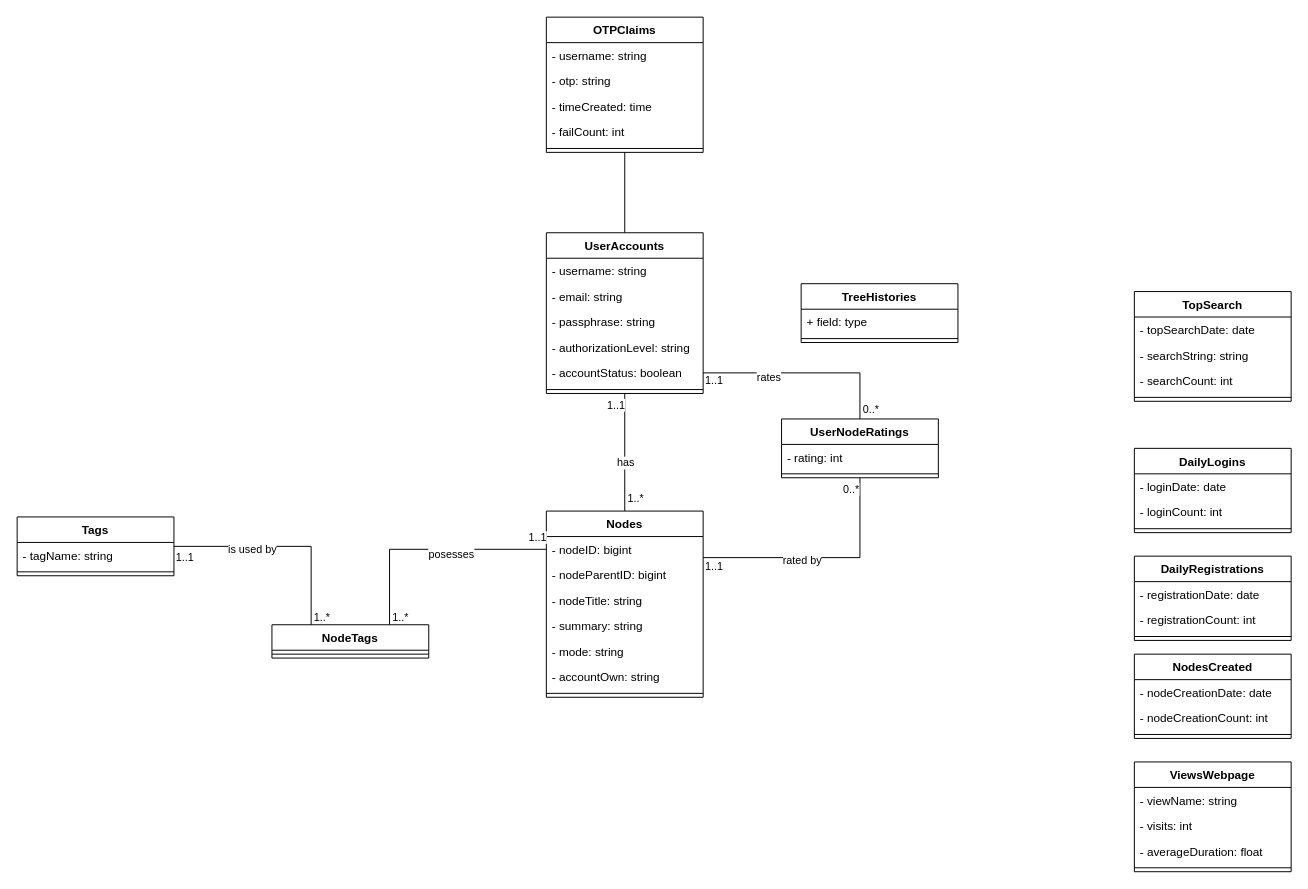
Earlier version of the draw.io diagram page "Application Schema" (1 of 2) of Tresearch UML.drawio (matttchen117/Tresearch). Source tidied: cells renumbered, new cells numbered last; positions are measured from the earlier drawing's top-left corner, leaving out a move shared by most shapes. Both pictures are drawn from the tidied source at 98%, with x=0, y=0 at pixel (17, 17).
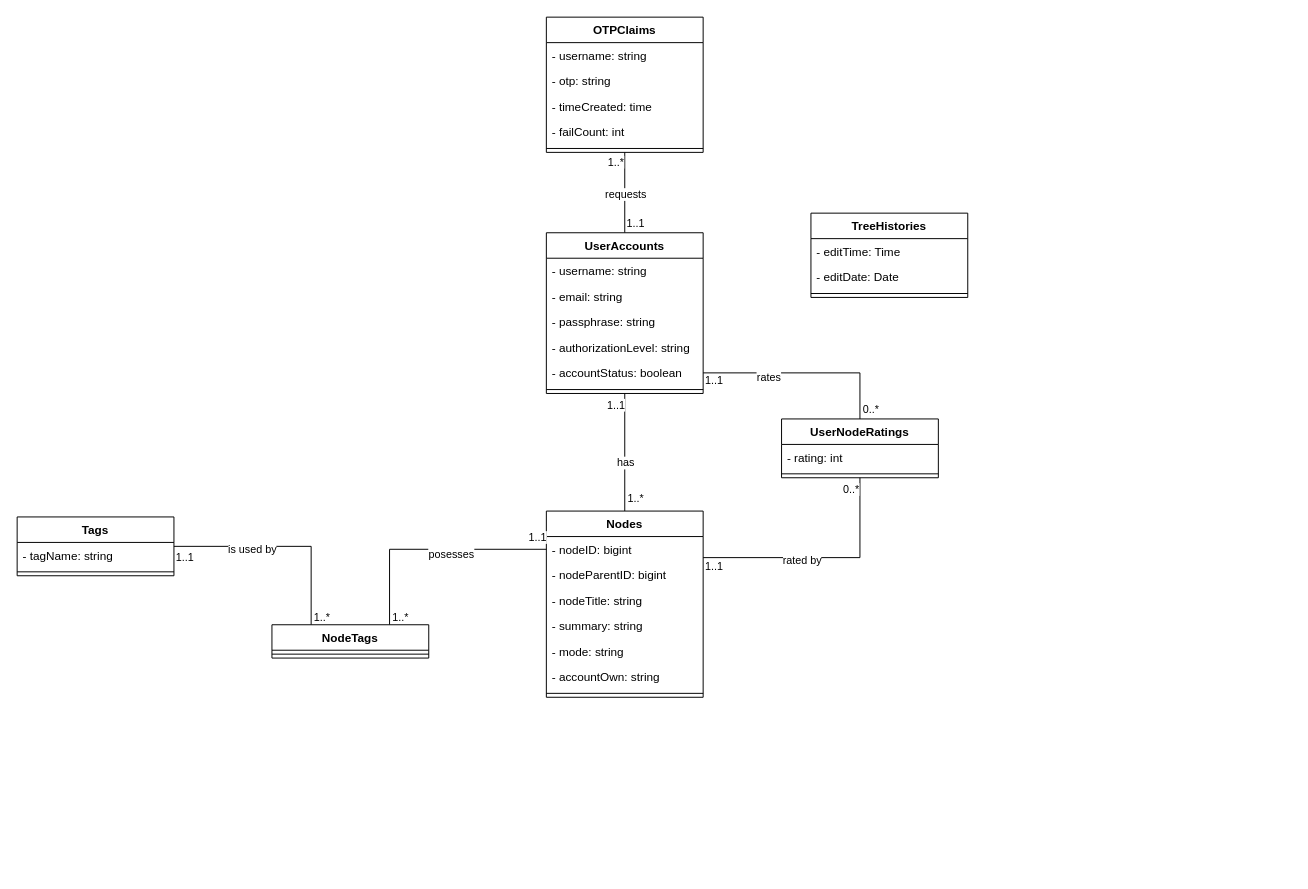
After the change.

Commit message (it also covers changes not shown here):
Adjusted the sql and uml

Unchanged cells that the change refers to:
```xml
<mxCell id="2" style="edgeStyle=orthogonalEdgeStyle;rounded=0;jettySize=auto;html=1;exitX=0.5;exitY=1;exitDx=0;exitDy=0;entryX=0.5;entryY=0;entryDx=0;entryDy=0;endArrow=none;endFill=0;" parent="1" edge="1" source="3" target="13">
  <mxGeometry relative="1" as="geometry" />
</mxCell>
```

Diff of the diagram source:
```diff
@@
+    <mxCell id="77" value="1..1" style="edgeLabel;html=1;align=center;verticalAlign=middle;" parent="2" vertex="1">
+      <mxGeometry x="0.67" y="-2" relative="1" as="geometry">
+        <mxPoint x="12" y="4" as="offset" />
+      </mxGeometry>
+    </mxCell>
+    <mxCell id="78" value="requests" style="edgeLabel;html=1;align=center;verticalAlign=middle;" parent="2" vertex="1">
+      <mxGeometry x="0.27" y="-2" relative="1" as="geometry">
+        <mxPoint x="2" y="-10" as="offset" />
+      </mxGeometry>
+    </mxCell>
+    <mxCell id="79" value="1..*" style="edgeLabel;html=1;align=center;verticalAlign=middle;" parent="2" vertex="1">
+      <mxGeometry x="-0.78" y="1" relative="1" as="geometry">
+        <mxPoint x="-11" as="offset" />
+      </mxGeometry>
+    </mxCell>
@@
-    <mxCell id="20" value="DailyRegistrations" style="swimlane;fontStyle=1;align=center;verticalAlign=top;horizontal=1;startSize=26;" parent="1" vertex="1">
-      <mxGeometry x="1140" y="550" width="160" height="86" as="geometry" />
-    </mxCell>
-    <mxCell id="21" value="- registrationDate: date" style="text;strokeColor=none;fillColor=none;align=left;verticalAlign=top;spacingLeft=4;spacingRight=4;overflow=hidden;" parent="20" vertex="1">
-      <mxGeometry y="26" width="160" height="26" as="geometry" />
-    </mxCell>
-    <mxCell id="22" value="- registrationCount: int" style="text;strokeColor=none;fillColor=none;align=left;verticalAlign=top;spacingLeft=4;spacingRight=4;overflow=hidden;" parent="20" vertex="1">
-      <mxGeometry y="52" width="160" height="26" as="geometry" />
-    </mxCell>
-    <mxCell id="23" style="line;strokeWidth=1;fillColor=none;align=left;verticalAlign=middle;spacingTop=-1;spacingLeft=3;spacingRight=3;labelPosition=right;" parent="20" vertex="1">
-      <mxGeometry y="78" width="160" height="8" as="geometry" />
-    </mxCell>
-    <mxCell id="24" value="ViewsWebpage" style="swimlane;fontStyle=1;align=center;verticalAlign=top;horizontal=1;startSize=26;" parent="1" vertex="1">
-      <mxGeometry x="1140" y="760" width="160" height="112" as="geometry" />
-    </mxCell>
-    <mxCell id="25" value="- viewName: string" style="text;strokeColor=none;fillColor=none;align=left;verticalAlign=top;spacingLeft=4;spacingRight=4;overflow=hidden;" parent="24" vertex="1">
-      <mxGeometry y="26" width="160" height="26" as="geometry" />
-    </mxCell>
-    <mxCell id="26" value="- visits: int" style="text;strokeColor=none;fillColor=none;align=left;verticalAlign=top;spacingLeft=4;spacingRight=4;overflow=hidden;" parent="24" vertex="1">
-      <mxGeometry y="52" width="160" height="26" as="geometry" />
-    </mxCell>
-    <mxCell id="27" value="- averageDuration: float" style="text;strokeColor=none;fillColor=none;align=left;verticalAlign=top;spacingLeft=4;spacingRight=4;overflow=hidden;" parent="24" vertex="1">
-      <mxGeometry y="78" width="160" height="26" as="geometry" />
-    </mxCell>
-    <mxCell id="28" style="line;strokeWidth=1;fillColor=none;align=left;verticalAlign=middle;spacingTop=-1;spacingLeft=3;spacingRight=3;labelPosition=right;" parent="24" vertex="1">
-      <mxGeometry y="104" width="160" height="8" as="geometry" />
-    </mxCell>
-    <mxCell id="29" value="TreeHistories" style="swimlane;fontStyle=1;align=center;verticalAlign=top;horizontal=1;startSize=26;" parent="1" vertex="1">
-      <mxGeometry x="800" y="272" width="160" height="60" as="geometry" />
-    </mxCell>
-    <mxCell id="30" value="+ field: type" style="text;strokeColor=none;fillColor=none;align=left;verticalAlign=top;spacingLeft=4;spacingRight=4;overflow=hidden;" parent="29" vertex="1">
-      <mxGeometry y="26" width="160" height="26" as="geometry" />
-    </mxCell>
-    <mxCell id="31" style="line;strokeWidth=1;fillColor=none;align=left;verticalAlign=middle;spacingTop=-1;spacingLeft=3;spacingRight=3;labelPosition=right;" parent="29" vertex="1">
-      <mxGeometry y="52" width="160" height="8" as="geometry" />
-    </mxCell>
@@
-    <mxCell id="51" value="DailyLogins" style="swimlane;fontStyle=1;align=center;verticalAlign=top;horizontal=1;startSize=26;" parent="1" vertex="1">
-      <mxGeometry x="1140" y="440" width="160" height="86" as="geometry" />
-    </mxCell>
-    <mxCell id="52" value="- loginDate: date" style="text;strokeColor=none;fillColor=none;align=left;verticalAlign=top;spacingLeft=4;spacingRight=4;overflow=hidden;" parent="51" vertex="1">
-      <mxGeometry y="26" width="160" height="26" as="geometry" />
-    </mxCell>
-    <mxCell id="53" value="- loginCount: int" style="text;strokeColor=none;fillColor=none;align=left;verticalAlign=top;spacingLeft=4;spacingRight=4;overflow=hidden;" parent="51" vertex="1">
-      <mxGeometry y="52" width="160" height="26" as="geometry" />
-    </mxCell>
-    <mxCell id="54" style="line;strokeWidth=1;fillColor=none;align=left;verticalAlign=middle;spacingTop=-1;spacingLeft=3;spacingRight=3;labelPosition=right;" parent="51" vertex="1">
-      <mxGeometry y="78" width="160" height="8" as="geometry" />
-    </mxCell>
-    <mxCell id="55" value="TopSearch" style="swimlane;fontStyle=1;align=center;verticalAlign=top;horizontal=1;startSize=26;" parent="1" vertex="1">
-      <mxGeometry x="1140" y="280" width="160" height="112" as="geometry" />
-    </mxCell>
-    <mxCell id="56" value="- topSearchDate: date" style="text;strokeColor=none;fillColor=none;align=left;verticalAlign=top;spacingLeft=4;spacingRight=4;overflow=hidden;" parent="55" vertex="1">
-      <mxGeometry y="26" width="160" height="26" as="geometry" />
-    </mxCell>
-    <mxCell id="57" value="- searchString: string" style="text;strokeColor=none;fillColor=none;align=left;verticalAlign=top;spacingLeft=4;spacingRight=4;overflow=hidden;" parent="55" vertex="1">
-      <mxGeometry y="52" width="160" height="26" as="geometry" />
-    </mxCell>
-    <mxCell id="58" value="- searchCount: int" style="text;strokeColor=none;fillColor=none;align=left;verticalAlign=top;spacingLeft=4;spacingRight=4;overflow=hidden;" parent="55" vertex="1">
-      <mxGeometry y="78" width="160" height="26" as="geometry" />
-    </mxCell>
-    <mxCell id="59" style="line;strokeWidth=1;fillColor=none;align=left;verticalAlign=middle;spacingTop=-1;spacingLeft=3;spacingRight=3;labelPosition=right;" parent="55" vertex="1">
-      <mxGeometry y="104" width="160" height="8" as="geometry" />
-    </mxCell>
-    <mxCell id="60" value="NodesCreated" style="swimlane;fontStyle=1;align=center;verticalAlign=top;horizontal=1;startSize=26;" parent="1" vertex="1">
-      <mxGeometry x="1140" y="650" width="160" height="86" as="geometry" />
-    </mxCell>
-    <mxCell id="61" value="- nodeCreationDate: date" style="text;strokeColor=none;fillColor=none;align=left;verticalAlign=top;spacingLeft=4;spacingRight=4;overflow=hidden;" parent="60" vertex="1">
-      <mxGeometry y="26" width="160" height="26" as="geometry" />
-    </mxCell>
-    <mxCell id="62" value="- nodeCreationCount: int" style="text;strokeColor=none;fillColor=none;align=left;verticalAlign=top;spacingLeft=4;spacingRight=4;overflow=hidden;" parent="60" vertex="1">
-      <mxGeometry y="52" width="160" height="26" as="geometry" />
-    </mxCell>
-    <mxCell id="63" style="line;strokeWidth=1;fillColor=none;align=left;verticalAlign=middle;spacingTop=-1;spacingLeft=3;spacingRight=3;labelPosition=right;" parent="60" vertex="1">
-      <mxGeometry y="78" width="160" height="8" as="geometry" />
-    </mxCell>
@@
+    <mxCell id="29" value="TreeHistories" style="swimlane;fontStyle=1;align=center;verticalAlign=top;horizontal=1;startSize=26;" parent="1" vertex="1">
+      <mxGeometry x="810" y="200" width="160" height="86" as="geometry" />
+    </mxCell>
+    <mxCell id="80" value="- editTime: Time" style="text;strokeColor=none;fillColor=none;align=left;verticalAlign=top;spacingLeft=4;spacingRight=4;overflow=hidden;" parent="29" vertex="1">
+      <mxGeometry y="26" width="160" height="26" as="geometry" />
+    </mxCell>
+    <mxCell id="81" value="- editDate: Date" style="text;strokeColor=none;fillColor=none;align=left;verticalAlign=top;spacingLeft=4;spacingRight=4;overflow=hidden;" parent="29" vertex="1">
+      <mxGeometry y="52" width="160" height="26" as="geometry" />
+    </mxCell>
+    <mxCell id="82" style="line;strokeWidth=1;fillColor=none;align=left;verticalAlign=middle;spacingTop=-1;spacingLeft=3;spacingRight=3;labelPosition=right;" parent="29" vertex="1">
+      <mxGeometry y="78" width="160" height="8" as="geometry" />
+    </mxCell>
```
